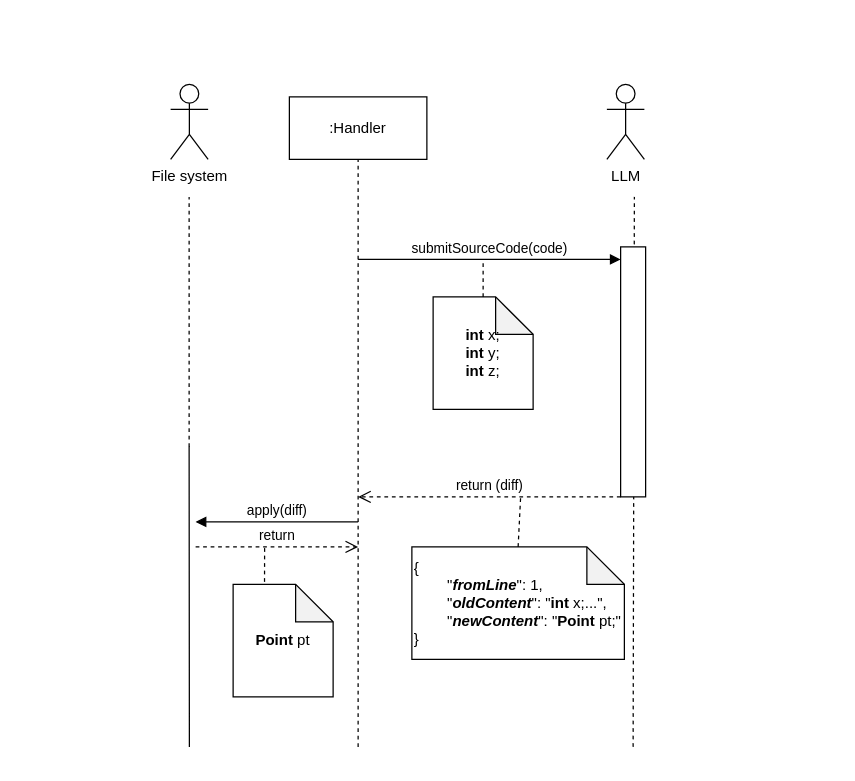
This is masterthesis/figures/chapter4/sequence_diagram_piece_output.drawio from compf/master-thesis-report, a draw.io file, before an edit. Source tidied: cells renumbered, new cells numbered last; positions are measured from the earlier drawing's top-left corner, leaving out a move shared by most shapes. Both pictures are drawn from the tidied source at 125%, with x=0, y=0 at pixel (170, 84).
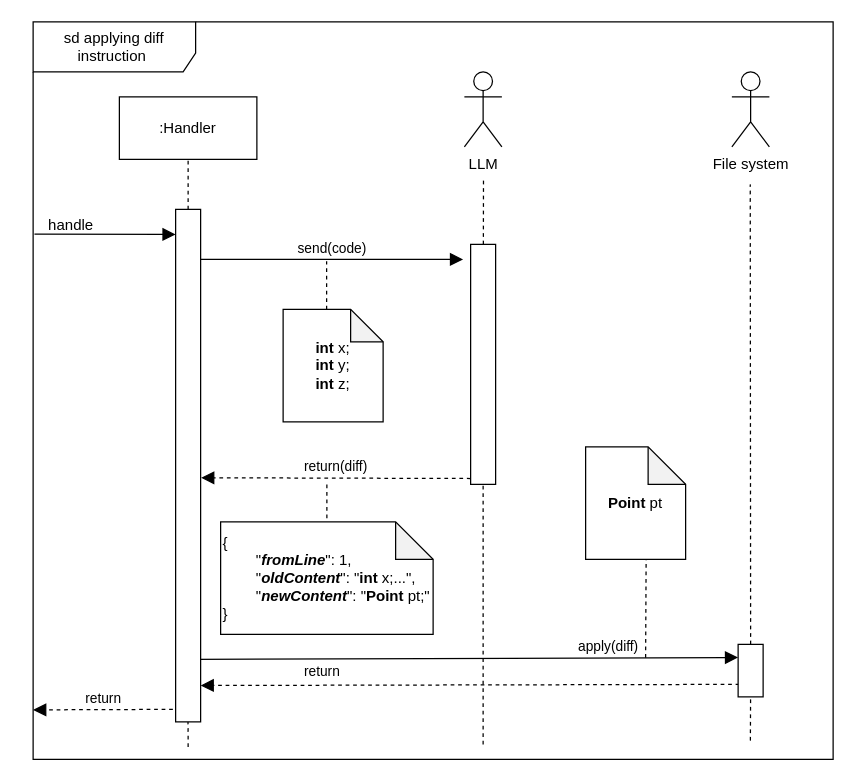
Above is the later version.

Diff of the diagram source:
```diff
@@
+    <mxCell id="19" style="endArrow=none;dashed=1;html=1;rounded=0;entryX=0.5;entryY=1;entryDx=0;entryDy=0;" parent="1" edge="1">
+      <mxGeometry relative="1" as="geometry">
+        <mxPoint x="463.8" y="525" as="sourcePoint" />
+        <mxPoint x="464" y="485" as="targetPoint" />
+      </mxGeometry>
+    </mxCell>
+    <mxCell id="20" value="sd applying diff instruction&amp;nbsp;" style="shape=umlFrame;whiteSpace=wrap;html=1;width=130;height=40;" parent="1" vertex="1">
+      <mxGeometry x="-110" y="-50" width="640" height="590" as="geometry" />
+    </mxCell>
     <mxCell id="2" value=":Handler" style="html=1;whiteSpace=wrap;" parent="1" vertex="1">
-      <mxGeometry x="95" y="10" width="110" height="50" as="geometry" />
+      <mxGeometry x="-41" y="10" width="110" height="50" as="geometry" />
     </mxCell>
     <mxCell id="3" value="LLM" style="shape=umlActor;verticalLabelPosition=bottom;verticalAlign=top;html=1;" parent="1" vertex="1">
-      <mxGeometry x="349" width="30" height="60" as="geometry" />
+      <mxGeometry x="235" y="-10" width="30" height="60" as="geometry" />
     </mxCell>
-    <mxCell id="4" style="endArrow=none;dashed=1;html=1;rounded=0;entryX=0.5;entryY=1;entryDx=0;entryDy=0;" parent="1" edge="1" target="2">
-      <mxGeometry relative="1" as="geometry">
-        <mxPoint x="150" y="530" as="sourcePoint" />
-      </mxGeometry>
-    </mxCell>
-    <mxCell id="5" style="endArrow=none;dashed=1;html=1;rounded=0;" parent="1" edge="1">
+    <mxCell id="5" style="endArrow=none;dashed=1;html=1;rounded=0;exitX=0.5;exitY=0;exitDx=0;exitDy=0;" parent="1" edge="1" source="30">
       <mxGeometry relative="1" as="geometry">
-        <mxPoint x="370" y="530" as="sourcePoint" />
-        <mxPoint x="371" y="90" as="targetPoint" />
+        <mxPoint x="463.7" y="80" as="targetPoint" />
       </mxGeometry>
     </mxCell>
-    <mxCell id="6" value="submitSourceCode(code)" style="html=1;verticalAlign=bottom;endArrow=block;curved=0;rounded=0;" parent="1" edge="1">
+    <mxCell id="6" value="send(code)" style="html=1;verticalAlign=bottom;endArrow=block;curved=0;rounded=0;endSize=8;" parent="1" edge="1">
       <mxGeometry relative="1" as="geometry">
-        <mxPoint x="150" y="140" as="sourcePoint" />
-        <mxPoint x="360" y="140" as="targetPoint" />
+        <mxPoint x="24" y="140" as="sourcePoint" />
+        <mxPoint x="234" y="140" as="targetPoint" />
       </mxGeometry>
     </mxCell>
-    <mxCell id="7" style="rounded=0;jettySize=auto;html=1;exitX=0.5;exitY=0;exitDx=0;exitDy=0;exitPerimeter=0;dashed=1;endArrow=none;endFill=0;" parent="1" edge="1" source="8">
-      <mxGeometry relative="1" as="geometry">
-        <mxPoint x="250" y="140" as="targetPoint" />
-      </mxGeometry>
-    </mxCell>
-    <mxCell id="8" value="&lt;b&gt;int &lt;/b&gt;x;&lt;div&gt;&lt;b&gt;int &lt;/b&gt;y;&lt;/div&gt;&lt;div&gt;&lt;b&gt;int &lt;/b&gt;z;&lt;/div&gt;" style="shape=note;whiteSpace=wrap;html=1;backgroundOutline=1;darkOpacity=0.05;" parent="1" vertex="1">
-      <mxGeometry x="210" y="170" width="80" height="90" as="geometry" />
+    <mxCell id="8" value="&lt;b&gt;int &lt;/b&gt;x;&lt;div&gt;&lt;b&gt;int &lt;/b&gt;y;&lt;/div&gt;&lt;div&gt;&lt;b&gt;int &lt;/b&gt;z;&lt;/div&gt;" style="shape=note;whiteSpace=wrap;html=1;backgroundOutline=1;darkOpacity=0.05;size=26;" parent="1" vertex="1">
+      <mxGeometry x="90" y="180" width="80" height="90" as="geometry" />
     </mxCell>
-    <mxCell id="9" style="rounded=0;whiteSpace=wrap;html=1;" parent="1" vertex="1">
-      <mxGeometry x="360" y="130" width="20" height="200" as="geometry" />
-    </mxCell>
-    <mxCell id="10" value="return (diff)" style="html=1;verticalAlign=bottom;endArrow=open;dashed=1;endSize=8;curved=0;rounded=0;exitX=0;exitY=1;exitDx=0;exitDy=0;" parent="1" edge="1" source="9">
-      <mxGeometry relative="1" as="geometry">
-        <mxPoint x="150" y="330" as="targetPoint" />
-      </mxGeometry>
-    </mxCell>
-    <mxCell id="11" style="rounded=0;jettySize=auto;html=1;exitX=0.5;exitY=0;exitDx=0;exitDy=0;exitPerimeter=0;endArrow=none;endFill=0;dashed=1;" parent="1" edge="1" source="12">
-      <mxGeometry relative="1" as="geometry">
-        <mxPoint x="280" y="330" as="targetPoint" />
-      </mxGeometry>
-    </mxCell>
     <mxCell id="12" value="{&lt;div&gt;&lt;span style=&quot;white-space: pre;&quot;&gt;&#9;&lt;/span&gt;&quot;&lt;b&gt;&lt;i&gt;fromLine&lt;/i&gt;&lt;/b&gt;&quot;: 1,&lt;/div&gt;&lt;div&gt;&lt;span style=&quot;white-space: pre;&quot;&gt;&#9;&lt;/span&gt;&quot;&lt;i style=&quot;font-weight: bold;&quot;&gt;oldContent&lt;/i&gt;&quot;: &quot;&lt;b&gt;int &lt;/b&gt;x;...&quot;,&lt;/div&gt;&lt;div&gt;&lt;span style=&quot;white-space: pre;&quot;&gt;&#9;&lt;/span&gt;&quot;&lt;b&gt;&lt;i&gt;newContent&lt;/i&gt;&lt;/b&gt;&quot;: &quot;&lt;b&gt;Point&lt;/b&gt; pt;&quot;&lt;br&gt;&lt;div&gt;}&lt;/div&gt;&lt;/div&gt;" style="shape=note;whiteSpace=wrap;html=1;backgroundOutline=1;darkOpacity=0.05;align=left;" parent="1" vertex="1">
-      <mxGeometry x="193" y="370" width="170" height="90" as="geometry" />
+      <mxGeometry x="40" y="350" width="170" height="90" as="geometry" />
     </mxCell>
     <mxCell id="13" value="File system" style="shape=umlActor;verticalLabelPosition=bottom;verticalAlign=top;html=1;" parent="1" vertex="1">
-      <mxGeometry width="30" height="60" as="geometry" />
+      <mxGeometry x="449" y="-10" width="30" height="60" as="geometry" />
     </mxCell>
-    <mxCell id="14" style="endArrow=none;dashed=1;html=1;rounded=0;entryX=0.5;entryY=1;entryDx=0;entryDy=0;" parent="1" edge="1">
-      <mxGeometry relative="1" as="geometry">
-        <mxPoint x="14.8" y="290" as="sourcePoint" />
-        <mxPoint x="14.8" y="90" as="targetPoint" />
-        <Array as="points">
-          <mxPoint x="15" y="530" />
-          <mxPoint x="14.8" y="290" />
-        </Array>
-      </mxGeometry>
-    </mxCell>
-    <mxCell id="15" value="apply(diff)" style="html=1;verticalAlign=bottom;endArrow=block;curved=0;rounded=0;" parent="1" edge="1">
-      <mxGeometry relative="1" as="geometry">
-        <mxPoint x="150" y="350" as="sourcePoint" />
-        <mxPoint x="20" y="350" as="targetPoint" />
+    <mxCell id="15" value="apply(diff)" style="html=1;verticalAlign=bottom;endArrow=block;curved=0;rounded=0;endSize=8;entryX=0;entryY=0.25;entryDx=0;entryDy=0;" parent="1" edge="1" target="30">
+      <mxGeometry x="0.52" relative="1" as="geometry">
+        <mxPoint x="20" y="460" as="sourcePoint" />
       </mxGeometry>
     </mxCell>
-    <mxCell id="16" style="edgeStyle=orthogonalEdgeStyle;rounded=0;orthogonalLoop=1;jettySize=auto;html=1;exitX=0;exitY=0;exitDx=25;exitDy=0;exitPerimeter=0;endArrow=none;endFill=0;dashed=1;" parent="1" edge="1">
-      <mxGeometry relative="1" as="geometry">
-        <mxPoint x="75" y="470" as="sourcePoint" />
-        <mxPoint x="75.2" y="370" as="targetPoint" />
-        <Array as="points">
-          <mxPoint x="75" y="440" />
-          <mxPoint x="75" y="440" />
-        </Array>
-      </mxGeometry>
-    </mxCell>
     <mxCell id="17" value="&lt;b&gt;Point &lt;/b&gt;pt" style="shape=note;whiteSpace=wrap;html=1;backgroundOutline=1;darkOpacity=0.05;" parent="1" vertex="1">
-      <mxGeometry x="50" y="400" width="80" height="90" as="geometry" />
+      <mxGeometry x="332" y="290" width="80" height="90" as="geometry" />
     </mxCell>
-    <mxCell id="18" value="return" style="html=1;verticalAlign=bottom;endArrow=open;dashed=1;endSize=8;curved=0;rounded=0;" parent="1" edge="1">
-      <mxGeometry relative="1" as="geometry">
-        <mxPoint x="20" y="370" as="sourcePoint" />
-        <mxPoint x="150" y="370" as="targetPoint" />
+    <mxCell id="18" value="return" style="html=1;verticalAlign=bottom;endArrow=block;dashed=1;endSize=8;curved=0;rounded=0;endFill=1;entryX=0.999;entryY=0.874;entryDx=0;entryDy=0;entryPerimeter=0;" parent="1" edge="1">
+      <mxGeometry x="0.55" y="-2" relative="1" as="geometry">
+        <mxPoint x="455" y="480" as="sourcePoint" />
+        <mxPoint x="24" y="480.9" as="targetPoint" />
       </mxGeometry>
     </mxCell>
+    <mxCell id="21" style="endArrow=none;dashed=1;html=1;rounded=0;" parent="1" edge="1">
+      <mxGeometry relative="1" as="geometry">
+        <mxPoint x="14" y="530" as="sourcePoint" />
+        <mxPoint x="13.9" y="510" as="targetPoint" />
+        <Array as="points">
+          <mxPoint x="14" y="520" />
+        </Array>
+      </mxGeometry>
+    </mxCell>
+    <mxCell id="22" style="rounded=0;whiteSpace=wrap;html=1;" parent="1" vertex="1">
+      <mxGeometry x="4" y="100" width="20" height="410" as="geometry" />
+    </mxCell>
+    <mxCell id="23" style="endArrow=block;html=1;rounded=0;endFill=1;exitX=0.018;exitY=0.729;exitDx=0;exitDy=0;exitPerimeter=0;endSize=8;startSize=8;" parent="1" edge="1" source="24">
+      <mxGeometry relative="1" as="geometry">
+        <mxPoint x="4" y="120" as="targetPoint" />
+      </mxGeometry>
+    </mxCell>
+    <mxCell id="24" value="handle" style="text;html=1;align=center;verticalAlign=middle;points=[];strokeColor=none;fillColor=none;" parent="1" vertex="1">
+      <mxGeometry x="-110" y="98" width="60" height="30" as="geometry" />
+    </mxCell>
+    <mxCell id="25" value="return" style="html=1;verticalAlign=bottom;endArrow=block;dashed=1;endSize=8;curved=0;rounded=0;endFill=1;entryX=0.003;entryY=0.899;entryDx=0;entryDy=0;entryPerimeter=0;" parent="1" edge="1">
+      <mxGeometry relative="1" as="geometry">
+        <mxPoint x="1.8" y="500" as="sourcePoint" />
+        <mxPoint x="-110" y="500.4" as="targetPoint" />
+      </mxGeometry>
+    </mxCell>
+    <mxCell id="26" style="endArrow=none;dashed=1;html=1;rounded=0;" parent="1" edge="1" source="9">
+      <mxGeometry relative="1" as="geometry">
+        <mxPoint x="250.3" y="75" as="targetPoint" />
+      </mxGeometry>
+    </mxCell>
+    <mxCell id="27" style="endArrow=none;dashed=1;html=1;rounded=0;entryX=0.5;entryY=1;entryDx=0;entryDy=0;" parent="1" edge="1" target="9">
+      <mxGeometry relative="1" as="geometry">
+        <mxPoint x="250" y="528.1" as="sourcePoint" />
+      </mxGeometry>
+    </mxCell>
+    <mxCell id="9" style="rounded=0;whiteSpace=wrap;html=1;" parent="1" vertex="1">
+      <mxGeometry x="240" y="128" width="20" height="192" as="geometry" />
+    </mxCell>
+    <mxCell id="28" value="return(diff)" style="html=1;verticalAlign=bottom;endArrow=block;dashed=1;endSize=8;curved=0;rounded=0;endFill=1;entryX=1.019;entryY=0.462;entryDx=0;entryDy=0;entryPerimeter=0;" parent="1" edge="1">
+      <mxGeometry relative="1" as="geometry">
+        <mxPoint x="240" y="315.3" as="sourcePoint" />
+        <mxPoint x="24.4" y="314.7" as="targetPoint" />
+      </mxGeometry>
+    </mxCell>
+    <mxCell id="29" style="endArrow=none;dashed=1;html=1;rounded=0;entryX=0.605;entryY=1.014;entryDx=0;entryDy=0;entryPerimeter=0;" parent="1" edge="1">
+      <mxGeometry relative="1" as="geometry">
+        <mxPoint x="380" y="458.7" as="sourcePoint" />
+        <mxPoint x="380.4" y="380" as="targetPoint" />
+      </mxGeometry>
+    </mxCell>
+    <mxCell id="30" style="rounded=0;whiteSpace=wrap;html=1;" parent="1" vertex="1">
+      <mxGeometry x="454" y="448" width="20" height="42" as="geometry" />
+    </mxCell>
+    <mxCell id="31" style="endArrow=none;dashed=1;html=1;rounded=0;exitX=0.5;exitY=0;exitDx=0;exitDy=0;exitPerimeter=0;" parent="1" edge="1">
+      <mxGeometry relative="1" as="geometry">
+        <mxPoint x="125" y="347" as="sourcePoint" />
+        <mxPoint x="125" y="317" as="targetPoint" />
+      </mxGeometry>
+    </mxCell>
+    <mxCell id="32" style="endArrow=none;dashed=1;html=1;rounded=0;exitX=0.625;exitY=-0.016;exitDx=0;exitDy=0;exitPerimeter=0;" parent="1" edge="1">
+      <mxGeometry relative="1" as="geometry">
+        <mxPoint x="124.8" y="180" as="sourcePoint" />
+        <mxPoint x="124.8" y="141.4" as="targetPoint" />
+      </mxGeometry>
+    </mxCell>
+    <mxCell id="33" style="endArrow=none;dashed=1;html=1;rounded=0;exitX=0.5;exitY=0;exitDx=0;exitDy=0;entryX=0.5;entryY=1;entryDx=0;entryDy=0;" parent="1" edge="1" source="22" target="2">
+      <mxGeometry relative="1" as="geometry" />
+    </mxCell>
```
